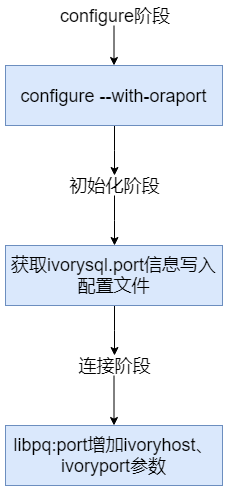
Earlier version of the draw.io export EN/modules/ROOT/images/p7.png (IvorySQL/ivorysql_docs). Source tidied: cells renumbered, new cells last; positions are measured from the earlier drawing's top-left corner, leaving out a move shared by most shapes. Source of this version:
```xml
<mxGraphModel>
  <root>
    <mxCell id="0" />
    <mxCell id="1" parent="0" />
    <mxCell id="2" style="edgeStyle=orthogonalEdgeStyle;rounded=0;jettySize=auto;html=1;" parent="1" edge="1" source="3" target="5">
      <mxGeometry relative="1" as="geometry" />
    </mxCell>
    <mxCell id="3" value="&lt;font style=&quot;font-size: 18px&quot;&gt;configure阶段&lt;/font&gt;" style="text;html=1;strokeColor=none;fillColor=none;align=center;verticalAlign=middle;whiteSpace=wrap;rounded=0;" parent="1" vertex="1">
      <mxGeometry x="28.5" width="160" height="20" as="geometry" />
    </mxCell>
    <mxCell id="4" style="edgeStyle=orthogonalEdgeStyle;rounded=0;jettySize=auto;html=1;entryX=0.5;entryY=0;entryDx=0;entryDy=0;" parent="1" edge="1" source="5" target="7">
      <mxGeometry relative="1" as="geometry" />
    </mxCell>
    <mxCell id="5" value="&lt;font style=&quot;font-size: 18px&quot;&gt;configure --with-oraport&lt;/font&gt;" style="rounded=0;whiteSpace=wrap;html=1;fillColor=#dae8fc;strokeColor=#6c8ebf;" parent="1" vertex="1">
      <mxGeometry y="60" width="217" height="60" as="geometry" />
    </mxCell>
    <mxCell id="6" style="edgeStyle=orthogonalEdgeStyle;rounded=0;jettySize=auto;html=1;entryX=0.5;entryY=0;entryDx=0;entryDy=0;" parent="1" edge="1" source="7" target="9">
      <mxGeometry relative="1" as="geometry" />
    </mxCell>
    <mxCell id="7" value="&lt;span style=&quot;font-size: 18px&quot;&gt;初始化阶段&lt;/span&gt;" style="text;html=1;strokeColor=none;fillColor=none;align=center;verticalAlign=middle;whiteSpace=wrap;rounded=0;" parent="1" vertex="1">
      <mxGeometry x="28.5" y="170" width="160" height="20" as="geometry" />
    </mxCell>
    <mxCell id="8" style="edgeStyle=orthogonalEdgeStyle;rounded=0;jettySize=auto;html=1;entryX=0.5;entryY=0;entryDx=0;entryDy=0;" parent="1" edge="1" source="9" target="11">
      <mxGeometry relative="1" as="geometry" />
    </mxCell>
    <mxCell id="9" value="&lt;font style=&quot;font-size: 18px&quot;&gt;获取ivorysql.port信息写入配置文件&lt;/font&gt;" style="rounded=0;whiteSpace=wrap;html=1;fillColor=#dae8fc;strokeColor=#6c8ebf;" parent="1" vertex="1">
      <mxGeometry y="240" width="217" height="60" as="geometry" />
    </mxCell>
    <mxCell id="10" style="edgeStyle=orthogonalEdgeStyle;rounded=0;jettySize=auto;html=1;" parent="1" edge="1" source="11" target="12">
      <mxGeometry relative="1" as="geometry" />
    </mxCell>
    <mxCell id="11" value="&lt;span style=&quot;font-size: 18px&quot;&gt;连接阶段&lt;/span&gt;" style="text;html=1;strokeColor=none;fillColor=none;align=center;verticalAlign=middle;whiteSpace=wrap;rounded=0;" parent="1" vertex="1">
      <mxGeometry x="28.5" y="350" width="160" height="20" as="geometry" />
    </mxCell>
    <mxCell id="12" value="&lt;font style=&quot;font-size: 18px&quot;&gt;libpq:port增加ivoryhost、ivoryport参数&lt;/font&gt;" style="rounded=0;whiteSpace=wrap;html=1;fillColor=#dae8fc;strokeColor=#6c8ebf;" parent="1" vertex="1">
      <mxGeometry y="420" width="217" height="60" as="geometry" />
    </mxCell>
  </root>
</mxGraphModel>
```
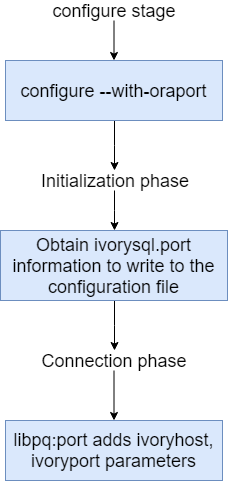
The same diagram one commit later.

The edit, as a diff of the source:
```diff
@@ -1,11 +1,11 @@
-<mxGraphModel>
+<mxGraphModel background="#FFFFFF">
   <root>
     <mxCell id="0" />
     <mxCell id="1" parent="0" />
     <mxCell id="2" style="edgeStyle=orthogonalEdgeStyle;rounded=0;jettySize=auto;html=1;" parent="1" edge="1" source="3" target="5">
       <mxGeometry relative="1" as="geometry" />
     </mxCell>
-    <mxCell id="3" value="&lt;font style=&quot;font-size: 18px&quot;&gt;configure阶段&lt;/font&gt;" style="text;html=1;strokeColor=none;fillColor=none;align=center;verticalAlign=middle;whiteSpace=wrap;rounded=0;" parent="1" vertex="1">
+    <mxCell id="3" value="&lt;font style=&quot;font-size: 18px&quot;&gt;configure&amp;nbsp;stage&lt;/font&gt;" style="text;html=1;strokeColor=none;fillColor=none;align=center;verticalAlign=middle;whiteSpace=wrap;rounded=0;" parent="1" vertex="1">
       <mxGeometry x="28.5" width="160" height="20" as="geometry" />
     </mxCell>
     <mxCell id="4" style="edgeStyle=orthogonalEdgeStyle;rounded=0;jettySize=auto;html=1;entryX=0.5;entryY=0;entryDx=0;entryDy=0;" parent="1" edge="1" source="5" target="7">
@@ -17,22 +17,22 @@
     <mxCell id="6" style="edgeStyle=orthogonalEdgeStyle;rounded=0;jettySize=auto;html=1;entryX=0.5;entryY=0;entryDx=0;entryDy=0;" parent="1" edge="1" source="7" target="9">
       <mxGeometry relative="1" as="geometry" />
     </mxCell>
-    <mxCell id="7" value="&lt;span style=&quot;font-size: 18px&quot;&gt;初始化阶段&lt;/span&gt;" style="text;html=1;strokeColor=none;fillColor=none;align=center;verticalAlign=middle;whiteSpace=wrap;rounded=0;" parent="1" vertex="1">
+    <mxCell id="7" value="&lt;span style=&quot;font-size: 18px&quot;&gt;Initialization phase&lt;/span&gt;" style="text;html=1;strokeColor=none;fillColor=none;align=center;verticalAlign=middle;whiteSpace=wrap;rounded=0;" parent="1" vertex="1">
       <mxGeometry x="28.5" y="170" width="160" height="20" as="geometry" />
     </mxCell>
     <mxCell id="8" style="edgeStyle=orthogonalEdgeStyle;rounded=0;jettySize=auto;html=1;entryX=0.5;entryY=0;entryDx=0;entryDy=0;" parent="1" edge="1" source="9" target="11">
       <mxGeometry relative="1" as="geometry" />
     </mxCell>
-    <mxCell id="9" value="&lt;font style=&quot;font-size: 18px&quot;&gt;获取ivorysql.port信息写入配置文件&lt;/font&gt;" style="rounded=0;whiteSpace=wrap;html=1;fillColor=#dae8fc;strokeColor=#6c8ebf;" parent="1" vertex="1">
-      <mxGeometry y="240" width="217" height="60" as="geometry" />
+    <mxCell id="9" value="&lt;font style=&quot;font-size: 18px&quot;&gt;Obtain ivorysql.port information to write to the configuration file&lt;/font&gt;" style="rounded=0;whiteSpace=wrap;html=1;fillColor=#dae8fc;strokeColor=#6c8ebf;" parent="1" vertex="1">
+      <mxGeometry x="-5" y="230" width="227" height="70" as="geometry" />
     </mxCell>
     <mxCell id="10" style="edgeStyle=orthogonalEdgeStyle;rounded=0;jettySize=auto;html=1;" parent="1" edge="1" source="11" target="12">
       <mxGeometry relative="1" as="geometry" />
     </mxCell>
-    <mxCell id="11" value="&lt;span style=&quot;font-size: 18px&quot;&gt;连接阶段&lt;/span&gt;" style="text;html=1;strokeColor=none;fillColor=none;align=center;verticalAlign=middle;whiteSpace=wrap;rounded=0;" parent="1" vertex="1">
+    <mxCell id="11" value="&lt;span style=&quot;font-size: 18px&quot;&gt;Connection phase&lt;/span&gt;" style="text;html=1;strokeColor=none;fillColor=none;align=center;verticalAlign=middle;whiteSpace=wrap;rounded=0;" parent="1" vertex="1">
       <mxGeometry x="28.5" y="350" width="160" height="20" as="geometry" />
     </mxCell>
-    <mxCell id="12" value="&lt;font style=&quot;font-size: 18px&quot;&gt;libpq:port增加ivoryhost、ivoryport参数&lt;/font&gt;" style="rounded=0;whiteSpace=wrap;html=1;fillColor=#dae8fc;strokeColor=#6c8ebf;" parent="1" vertex="1">
+    <mxCell id="12" value="&lt;font style=&quot;font-size: 18px&quot;&gt;libpq:port adds ivoryhost, ivoryport parameters&lt;/font&gt;" style="rounded=0;whiteSpace=wrap;html=1;fillColor=#dae8fc;strokeColor=#6c8ebf;" parent="1" vertex="1">
       <mxGeometry y="420" width="217" height="60" as="geometry" />
     </mxCell>
   </root>
```
